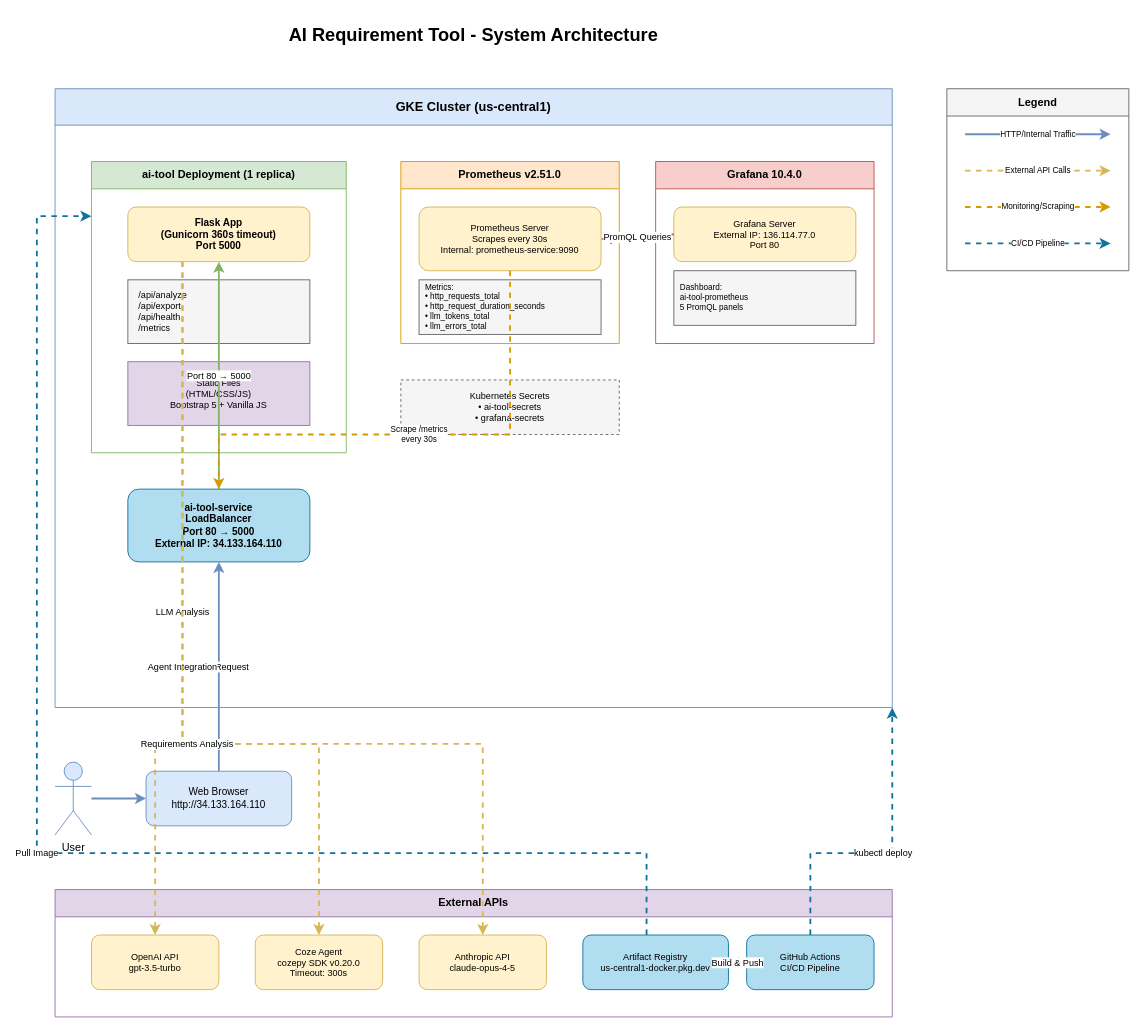
Before: docs/architecture/diagrams/ai-requirement-tool-architecture.drawio in gjnzsu/AI_Requirement_Tool, a draw.io diagram. Source tidied: cells renumbered, new cells numbered last; positions are measured from the earlier drawing's top-left corner, leaving out a move shared by most shapes. Both pictures are drawn from the tidied source at 91%, with x=0, y=0 at pixel (36, 15).
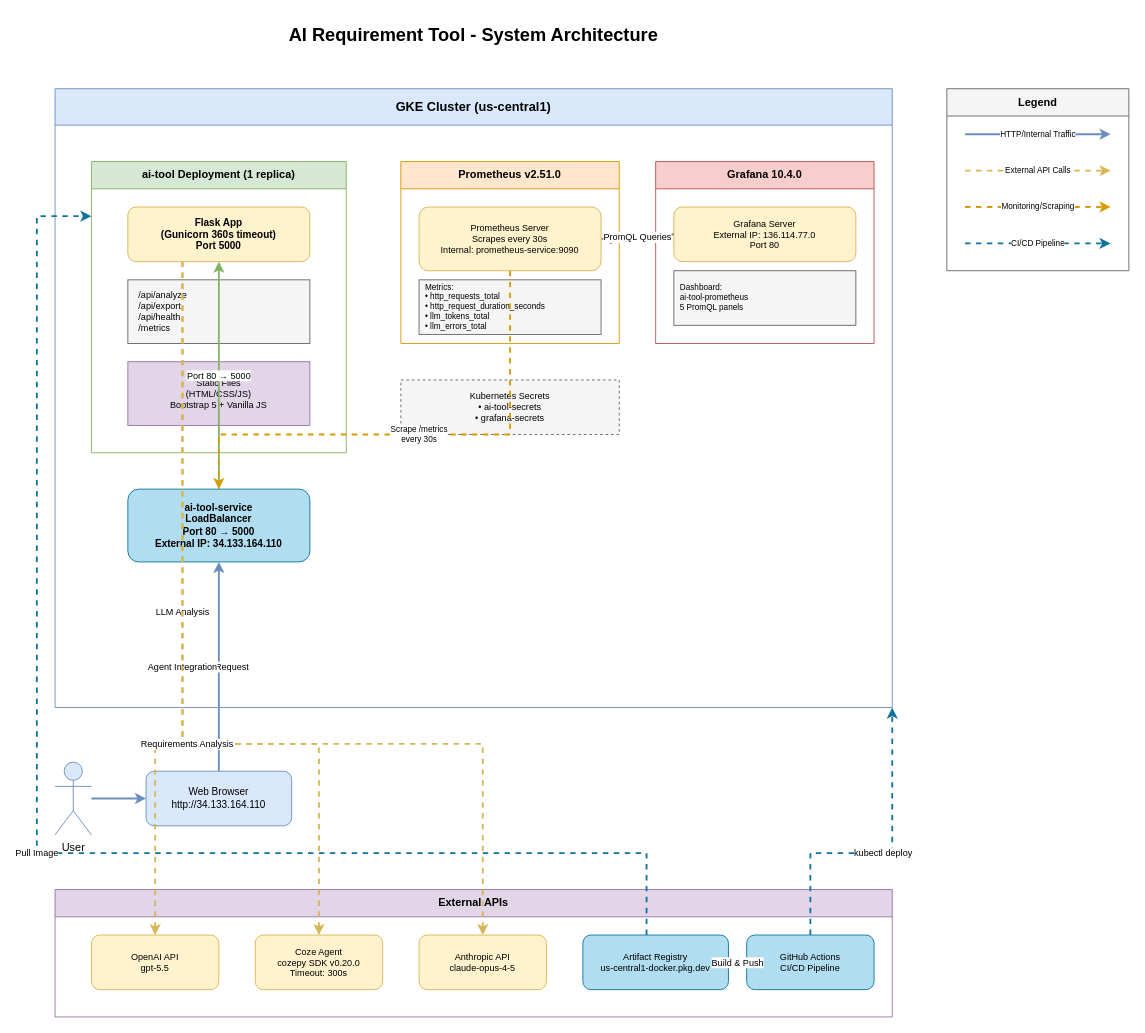
Above is the later version.

Commit message (it also covers changes not shown here):
update docs for openai gpt-5.5

Unchanged cells that the change refers to:
```xml
<mxCell id="18" value="External APIs" style="swimlane;whiteSpace=wrap;html=1;fillColor=#e1d5e7;strokeColor=#9673a6;fontSize=12;fontStyle=1;startSize=30;" parent="1" vertex="1">
  <mxGeometry x="20" y="960" width="920" height="140" as="geometry" />
</mxCell>
```

The edit, as a diff of the source:
```diff
@@
-    <mxCell id="19" value="OpenAI API&#10;gpt-3.5-turbo" style="rounded=1;whiteSpace=wrap;html=1;fillColor=#fff2cc;strokeColor=#d6b656;fontSize=10;" parent="18" vertex="1">
+    <mxCell id="19" value="OpenAI API&#10;gpt-5.5" style="rounded=1;whiteSpace=wrap;html=1;fillColor=#fff2cc;strokeColor=#d6b656;fontSize=10;" parent="18" vertex="1">
       <mxGeometry x="40" y="50" width="140" height="60" as="geometry" />
     </mxCell>
```
